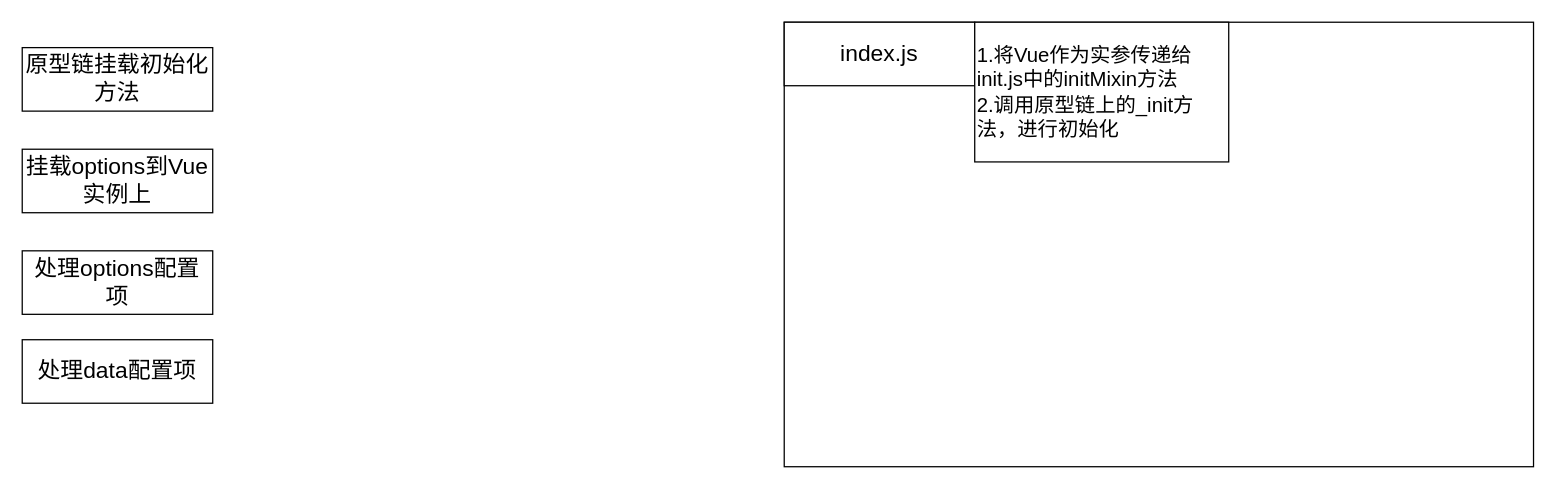
This is page "index.js" (1 of 4) of vue2.drawio from Saiable/drawio, a draw.io file, before an edit. Source tidied: cells renumbered, new cells numbered last; positions are measured from the earlier drawing's top-left corner, leaving out a move shared by most shapes. Both pictures are drawn from the tidied source at 127%, with x=0, y=0 at pixel (22, 22).
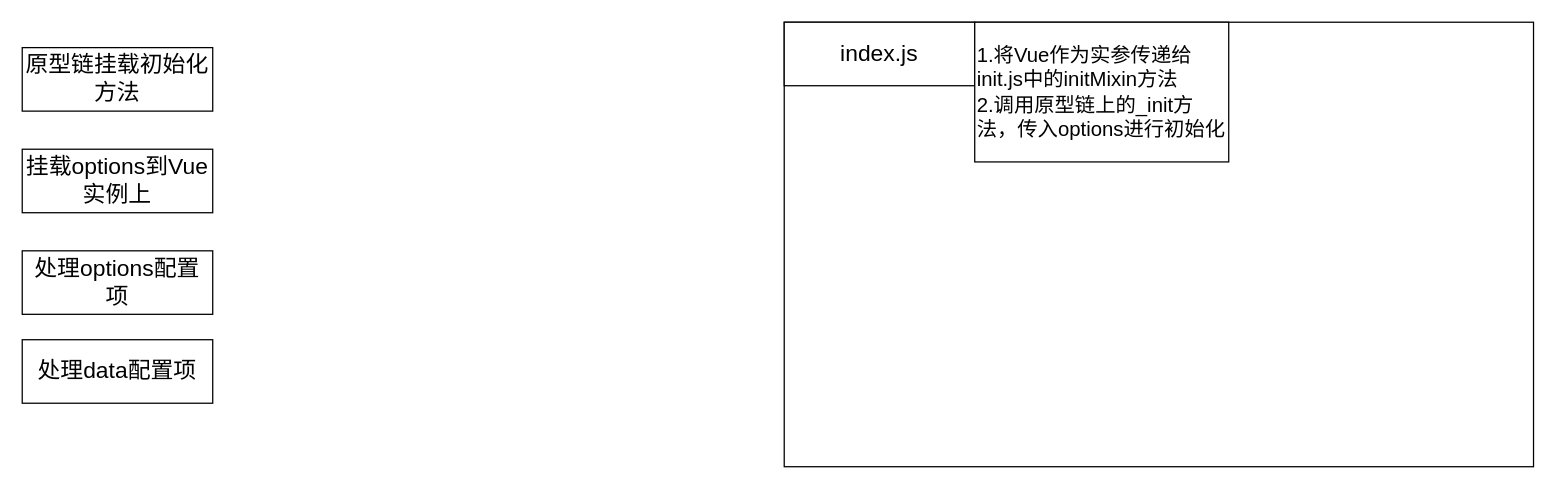
Above is the later version.

Diff of the diagram source:
```diff
@@
 <mxGraphModel>
   <root>
     <mxCell id="0" />
     <mxCell id="1" parent="0" />
     <mxCell id="2" style="rounded=0;whiteSpace=wrap;html=1;fontSize=18;" parent="1" vertex="1">
       <mxGeometry x="600" width="590" height="350" as="geometry" />
     </mxCell>
     <mxCell id="3" value="&lt;font style=&quot;font-size: 18px;&quot;&gt;index.js&lt;/font&gt;" style="rounded=0;whiteSpace=wrap;html=1;strokeColor=default;fontFamily=Helvetica;fontSize=16;fontColor=default;fillColor=default;align=center;" parent="1" vertex="1">
       <mxGeometry x="600" width="150" height="50" as="geometry" />
     </mxCell>
-    <mxCell id="4" value="&lt;font style=&quot;border-color: var(--border-color);&quot;&gt;1.将Vue作为实参传递给init.js中的initMixin方法&lt;br&gt;2.调用原型链上的_init方法，进行初始化&lt;br&gt;&lt;/font&gt;" style="rounded=0;whiteSpace=wrap;html=1;strokeColor=default;fontFamily=Helvetica;fontSize=16;fontColor=default;fillColor=default;align=left;" parent="1" vertex="1">
+    <mxCell id="4" value="&lt;font style=&quot;border-color: var(--border-color);&quot;&gt;1.将Vue作为实参传递给init.js中的initMixin方法&lt;br&gt;2.调用原型链上的_init方法，传入options进行初始化&lt;br&gt;&lt;/font&gt;" style="rounded=0;whiteSpace=wrap;html=1;strokeColor=default;fontFamily=Helvetica;fontSize=16;fontColor=default;fillColor=default;align=left;" parent="1" vertex="1">
       <mxGeometry x="750" width="200" height="110" as="geometry" />
     </mxCell>
     <mxCell id="5" value="&lt;font style=&quot;font-size: 18px;&quot;&gt;原型链挂载初始化方法&lt;/font&gt;" style="rounded=0;whiteSpace=wrap;html=1;strokeColor=default;fontFamily=Helvetica;fontSize=16;fontColor=default;fillColor=default;align=center;" parent="1" vertex="1">
       <mxGeometry y="20" width="150" height="50" as="geometry" />
     </mxCell>
     <mxCell id="6" value="&lt;font style=&quot;font-size: 18px;&quot;&gt;挂载options到Vue实例上&lt;/font&gt;" style="rounded=0;whiteSpace=wrap;html=1;strokeColor=default;fontFamily=Helvetica;fontSize=16;fontColor=default;fillColor=default;align=center;" parent="1" vertex="1">
       <mxGeometry y="100" width="150" height="50" as="geometry" />
     </mxCell>
     <mxCell id="7" value="&lt;font style=&quot;font-size: 18px;&quot;&gt;处理options配置项&lt;/font&gt;" style="rounded=0;whiteSpace=wrap;html=1;strokeColor=default;fontFamily=Helvetica;fontSize=16;fontColor=default;fillColor=default;align=center;" parent="1" vertex="1">
       <mxGeometry y="180" width="150" height="50" as="geometry" />
     </mxCell>
     <mxCell id="8" value="&lt;font style=&quot;font-size: 18px;&quot;&gt;处理data配置项&lt;/font&gt;" style="rounded=0;whiteSpace=wrap;html=1;strokeColor=default;fontFamily=Helvetica;fontSize=16;fontColor=default;fillColor=default;align=center;" parent="1" vertex="1">
       <mxGeometry y="250" width="150" height="50" as="geometry" />
     </mxCell>
   </root>
 </mxGraphModel>
```
